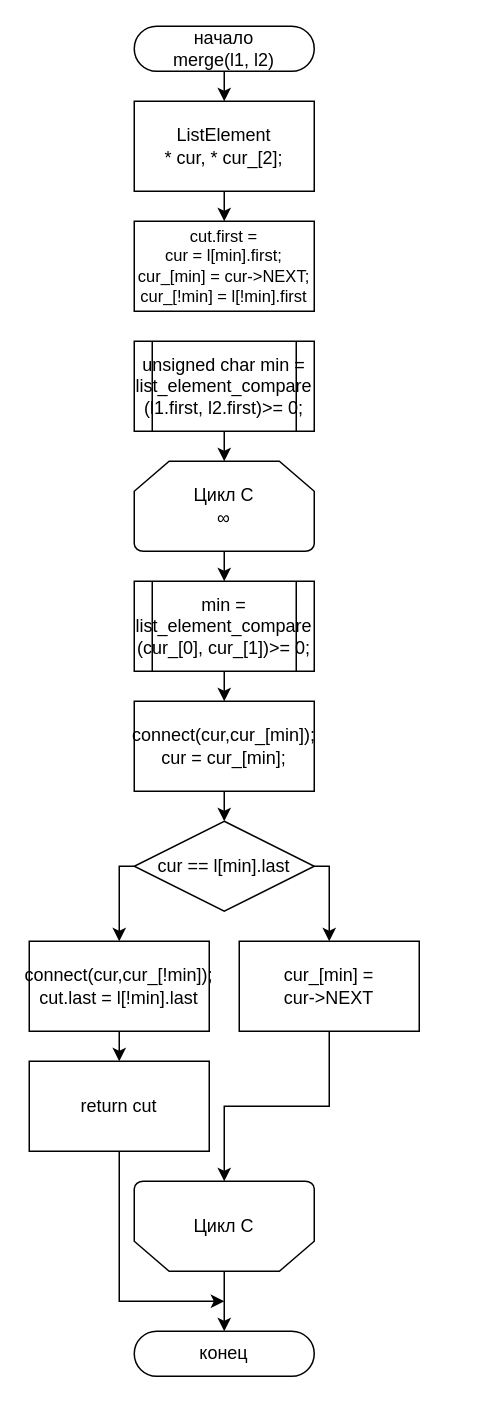
Earlier version of the draw.io diagram ПЗ/Diagrams/merge.drawio (Killfrra/AnP). Source tidied: cells renumbered, new cells numbered last; positions are measured from the earlier drawing's top-left corner, leaving out a move shared by most shapes. Both pictures are drawn from the tidied source at 150%, with x=0, y=0 at pixel (28, 26).
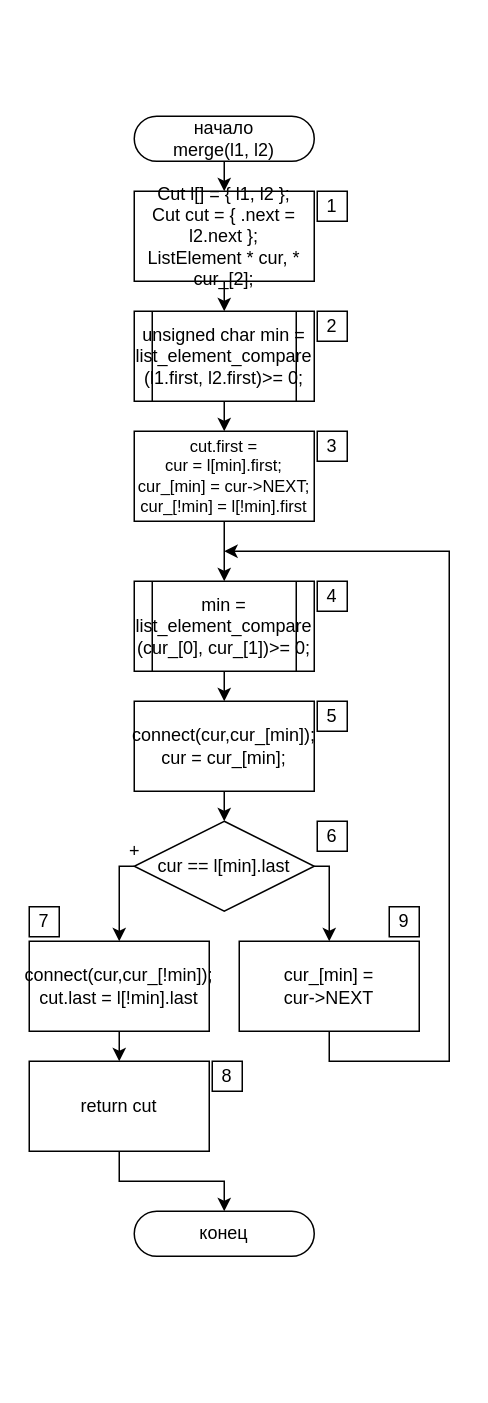
Above is the later version.

The change refers to these unchanged cells:
```xml
<mxCell id="9" value="return cut" style="rounded=0;whiteSpace=wrap;html=1;" parent="1" vertex="1">
  <mxGeometry y="690" width="120" height="60" as="geometry" />
</mxCell>
<mxCell id="12" value="cur_[min] =&lt;br&gt;cur-&amp;gt;NEXT" style="rounded=0;whiteSpace=wrap;html=1;" parent="1" vertex="1">
  <mxGeometry x="140" y="610" width="120" height="60" as="geometry" />
</mxCell>
<mxCell id="17" value="min = list_element_compare&lt;br&gt;(cur_[0], cur_[1])&amp;gt;= 0;" style="shape=process;whiteSpace=wrap;html=1;backgroundOutline=1;fontFamily=Helvetica;fontSize=12;fontColor=#000000;align=center;strokeColor=#000000;fillColor=#ffffff;" parent="1" vertex="1">
  <mxGeometry x="70" y="370" width="120" height="60" as="geometry" />
</mxCell>
```

The edit, as a diff of the source:
```diff
@@
     <mxCell id="3" value="начало&lt;br&gt;merge(l1, l2)" style="rounded=1;whiteSpace=wrap;html=1;arcSize=50;" parent="1" vertex="1">
-      <mxGeometry x="70" width="120" height="30" as="geometry" />
+      <mxGeometry x="70" y="60" width="120" height="30" as="geometry" />
     </mxCell>
     <mxCell id="4" value="конец" style="rounded=1;whiteSpace=wrap;html=1;arcSize=50;" parent="1" vertex="1">
-      <mxGeometry x="70" y="870" width="120" height="30" as="geometry" />
+      <mxGeometry x="70" y="790" width="120" height="30" as="geometry" />
     </mxCell>
-    <mxCell id="5" value="Цикл C&lt;br&gt;∞" style="strokeWidth=1;html=1;shape=mxgraph.flowchart.loop_limit;whiteSpace=wrap;flipV=0;" parent="1" vertex="1">
-      <mxGeometry x="70" y="290" width="120" height="60" as="geometry" />
-    </mxCell>
-    <mxCell id="6" value="Цикл C" style="strokeWidth=1;html=1;shape=mxgraph.flowchart.loop_limit;whiteSpace=wrap;flipV=1;" parent="1" vertex="1">
-      <mxGeometry x="70" y="770" width="120" height="60" as="geometry" />
-    </mxCell>
@@
-    <mxCell id="8" style="edgeStyle=orthogonalEdgeStyle;rounded=0;jettySize=auto;html=1;exitX=0.5;exitY=1;exitDx=0;exitDy=0;endSize=6;fontSize=10;" parent="1" edge="1" source="9">
-      <mxGeometry relative="1" as="geometry">
-        <mxPoint x="130" y="850" as="targetPoint" />
-        <Array as="points">
-          <mxPoint x="60" y="850" />
-        </Array>
-      </mxGeometry>
-    </mxCell>
+    <mxCell id="27" style="edgeStyle=orthogonalEdgeStyle;rounded=0;jettySize=auto;html=1;exitX=0.5;exitY=1;exitDx=0;exitDy=0;entryX=0.5;entryY=0;entryDx=0;entryDy=0;" parent="1" edge="1" source="9" target="4">
+      <mxGeometry relative="1" as="geometry" />
+    </mxCell>
@@
+    <mxCell id="28" style="edgeStyle=orthogonalEdgeStyle;rounded=0;jettySize=auto;html=1;exitX=0.5;exitY=1;exitDx=0;exitDy=0;" parent="1" edge="1" source="12">
+      <mxGeometry relative="1" as="geometry">
+        <mxPoint x="130" y="350" as="targetPoint" />
+        <Array as="points">
+          <mxPoint x="200" y="690" />
+          <mxPoint x="280" y="690" />
+          <mxPoint x="280" y="350" />
+        </Array>
+      </mxGeometry>
+    </mxCell>
@@
-    <mxCell id="13" style="edgeStyle=orthogonalEdgeStyle;rounded=0;jettySize=auto;html=1;exitX=0.5;exitY=1;exitDx=0;exitDy=0;entryX=0.5;entryY=0;entryDx=0;entryDy=0;" parent="1" edge="1" source="12" target="6">
-      <mxGeometry relative="1" as="geometry">
-        <Array as="points">
-          <mxPoint x="200" y="720" />
-          <mxPoint x="130" y="720" />
-        </Array>
-      </mxGeometry>
-    </mxCell>
@@
-    <mxCell id="18" style="edgeStyle=orthogonalEdgeStyle;rounded=0;jettySize=auto;html=1;exitX=0.5;exitY=1;exitDx=0;exitDy=0;entryX=0.5;entryY=0;entryDx=0;entryDy=0;" parent="1" edge="1" source="5" target="17">
-      <mxGeometry relative="1" as="geometry" />
-    </mxCell>
-    <mxCell id="19" style="edgeStyle=orthogonalEdgeStyle;rounded=0;jettySize=auto;html=1;exitX=0.5;exitY=1;exitDx=0;exitDy=0;entryX=0.5;entryY=0;entryDx=0;entryDy=0;" parent="1" edge="1" source="6" target="4">
-      <mxGeometry relative="1" as="geometry" />
-    </mxCell>
+    <mxCell id="29" style="edgeStyle=orthogonalEdgeStyle;rounded=0;jettySize=auto;html=1;exitX=0.5;exitY=1;exitDx=0;exitDy=0;entryX=0.5;entryY=0;entryDx=0;entryDy=0;" parent="1" edge="1" source="20" target="24">
+      <mxGeometry relative="1" as="geometry" />
+    </mxCell>
     <mxCell id="20" value="unsigned char min = list_element_compare&lt;br&gt;(l1.first, l2.first)&amp;gt;= 0;" style="shape=process;whiteSpace=wrap;html=1;backgroundOutline=1;fontFamily=Helvetica;fontSize=12;fontColor=#000000;align=center;strokeColor=#000000;fillColor=#ffffff;" parent="1" vertex="1">
-      <mxGeometry x="70" y="210" width="120" height="60" as="geometry" />
+      <mxGeometry x="70" y="190" width="120" height="60" as="geometry" />
     </mxCell>
-    <mxCell id="21" style="edgeStyle=orthogonalEdgeStyle;rounded=0;jettySize=auto;html=1;exitX=0.5;exitY=1;exitDx=0;exitDy=0;entryX=0.5;entryY=0;entryDx=0;entryDy=0;" parent="1" edge="1" source="20" target="5">
-      <mxGeometry relative="1" as="geometry" />
-    </mxCell>
-    <mxCell id="22" style="edgeStyle=orthogonalEdgeStyle;rounded=0;jettySize=auto;html=1;exitX=0.5;exitY=1;exitDx=0;exitDy=0;entryX=0.5;entryY=0;entryDx=0;entryDy=0;endSize=6;fontSize=10;" parent="1" edge="1" source="23" target="24">
-      <mxGeometry relative="1" as="geometry" />
-    </mxCell>
+    <mxCell id="30" style="edgeStyle=orthogonalEdgeStyle;rounded=0;jettySize=auto;html=1;exitX=0.5;exitY=1;exitDx=0;exitDy=0;entryX=0.5;entryY=0;entryDx=0;entryDy=0;" parent="1" edge="1" source="23" target="20">
+      <mxGeometry relative="1" as="geometry" />
+    </mxCell>
-    <mxCell id="23" value="&lt;span&gt;ListElement&lt;br&gt;* cur, * cur_[2];&lt;/span&gt;" style="rounded=0;whiteSpace=wrap;html=1;" parent="1" vertex="1">
-      <mxGeometry x="70" y="50" width="120" height="60" as="geometry" />
+    <mxCell id="23" value="&lt;p&gt;&lt;font style=&quot;font-size: 12px&quot;&gt;Cut l[] = { l1, l2 };&lt;br&gt;&lt;/font&gt;&lt;font style=&quot;font-size: 12px&quot;&gt;Cut cut = { .next = l2.next };&lt;br&gt;&lt;/font&gt;&lt;font style=&quot;font-size: 12px&quot;&gt;ListElement * cur, * cur_[2];&lt;/font&gt;&lt;/p&gt;" style="rounded=0;whiteSpace=wrap;html=1;" parent="1" vertex="1">
+      <mxGeometry x="70" y="110" width="120" height="60" as="geometry" />
     </mxCell>
+    <mxCell id="31" style="edgeStyle=orthogonalEdgeStyle;rounded=0;jettySize=auto;html=1;exitX=0.5;exitY=1;exitDx=0;exitDy=0;entryX=0.5;entryY=0;entryDx=0;entryDy=0;" parent="1" edge="1" source="24" target="17">
+      <mxGeometry relative="1" as="geometry" />
+    </mxCell>
     <mxCell id="24" value="&lt;font style=&quot;font-size: 11px&quot;&gt;cut.first =&lt;br&gt;cur = l[min].first;&lt;br&gt;cur_[min] = cur-&amp;gt;NEXT;&lt;br&gt;cur_[!min] = l[!min].first&lt;/font&gt;" style="rounded=0;whiteSpace=wrap;html=1;fontSize=10;" parent="1" vertex="1">
-      <mxGeometry x="70" y="130" width="120" height="60" as="geometry" />
+      <mxGeometry x="70" y="270" width="120" height="60" as="geometry" />
     </mxCell>
@@
+    <mxCell id="32" value="1" style="whiteSpace=wrap;html=1;" parent="1" vertex="1">
+      <mxGeometry x="192" y="110" width="20" height="20" as="geometry" />
+    </mxCell>
+    <mxCell id="33" value="3" style="whiteSpace=wrap;html=1;" parent="1" vertex="1">
+      <mxGeometry x="192" y="270" width="20" height="20" as="geometry" />
+    </mxCell>
+    <mxCell id="34" value="2" style="whiteSpace=wrap;html=1;" parent="1" vertex="1">
+      <mxGeometry x="192" y="190" width="20" height="20" as="geometry" />
+    </mxCell>
+    <mxCell id="35" value="4" style="whiteSpace=wrap;html=1;" parent="1" vertex="1">
+      <mxGeometry x="192" y="370" width="20" height="20" as="geometry" />
+    </mxCell>
+    <mxCell id="36" value="5" style="whiteSpace=wrap;html=1;" parent="1" vertex="1">
+      <mxGeometry x="192" y="450" width="20" height="20" as="geometry" />
+    </mxCell>
+    <mxCell id="37" value="6" style="whiteSpace=wrap;html=1;" parent="1" vertex="1">
+      <mxGeometry x="192" y="530" width="20" height="20" as="geometry" />
+    </mxCell>
+    <mxCell id="38" value="9" style="whiteSpace=wrap;html=1;" parent="1" vertex="1">
+      <mxGeometry x="240" y="587" width="20" height="20" as="geometry" />
+    </mxCell>
+    <mxCell id="39" value="7" style="whiteSpace=wrap;html=1;" parent="1" vertex="1">
+      <mxGeometry y="587" width="20" height="20" as="geometry" />
+    </mxCell>
+    <mxCell id="40" value="8" style="whiteSpace=wrap;html=1;" parent="1" vertex="1">
+      <mxGeometry x="122" y="690" width="20" height="20" as="geometry" />
+    </mxCell>
+    <mxCell id="41" value="+" style="text;html=1;align=center;verticalAlign=middle;" parent="1" vertex="1">
+      <mxGeometry x="60" y="540" width="20" height="20" as="geometry" />
+    </mxCell>
```
